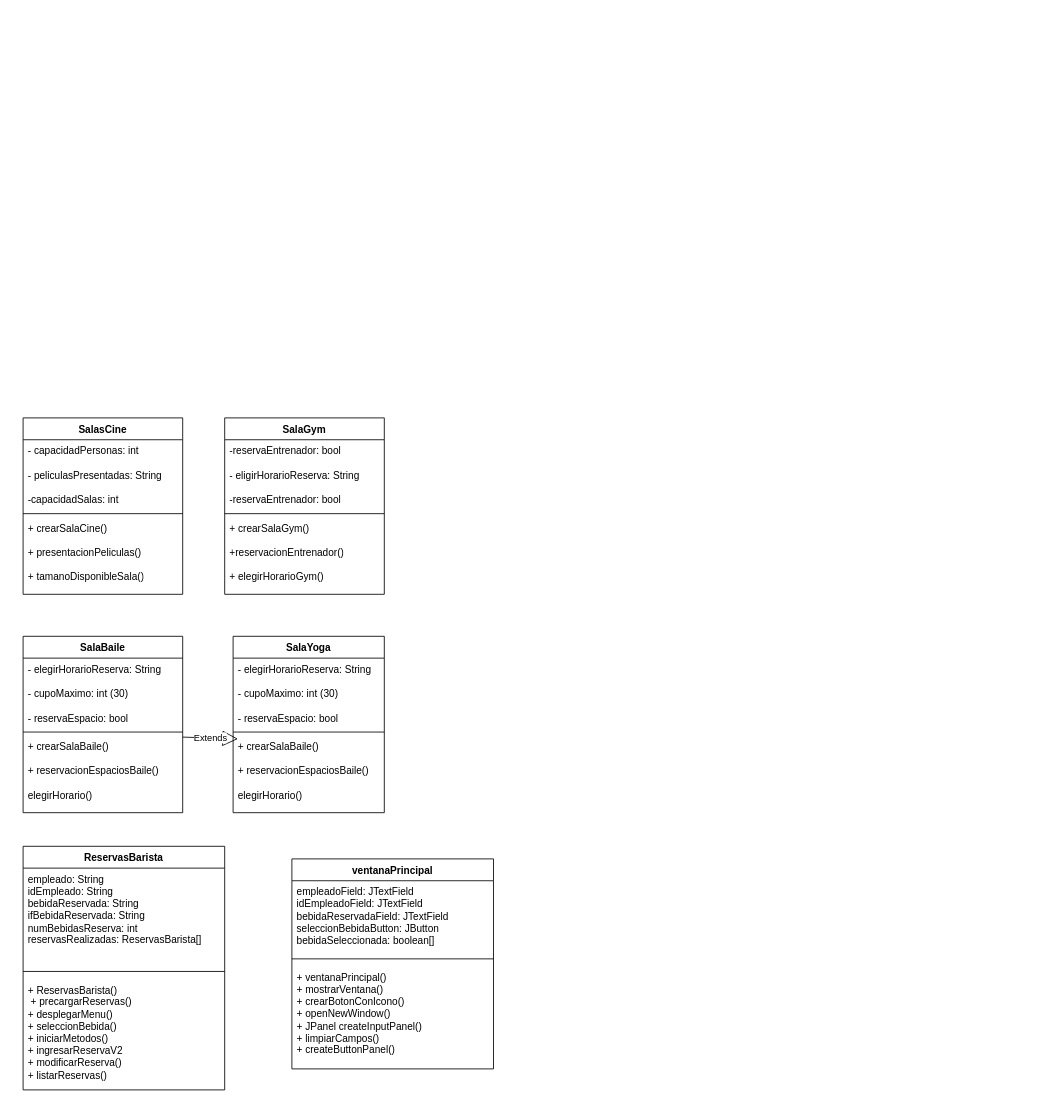
The draw.io diagram SistemaReservasJava.drawio in handelenriquezacuna/javaSistemaReserva, before the edit. Source tidied: cells renumbered, new cells numbered last; positions are measured from the earlier drawing's top-left corner, leaving out a move shared by most shapes. Both pictures are drawn from the tidied source at 84%, with x=0, y=0 at pixel (23, 417).
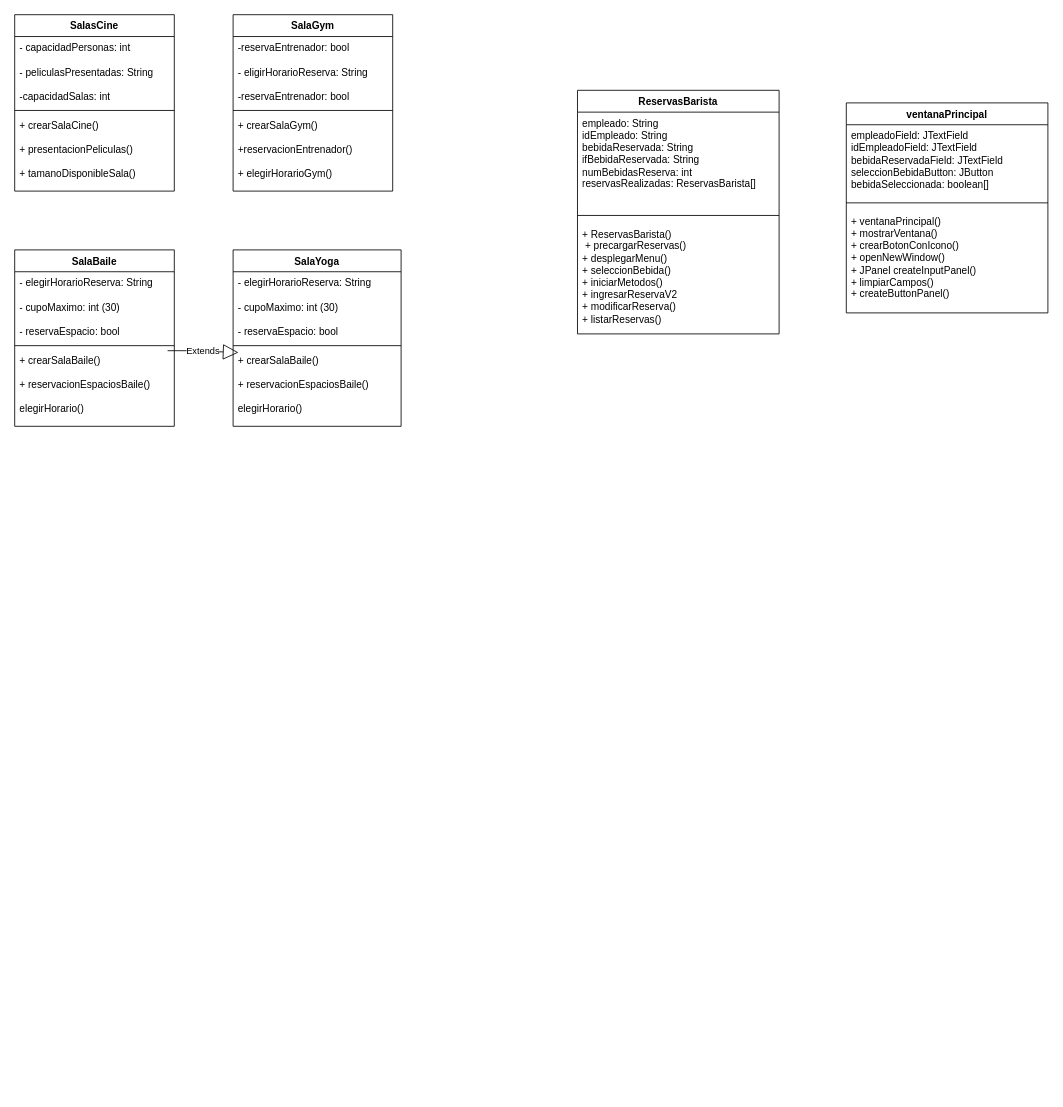
The same diagram, later.

The change refers to these unchanged cells:
```xml
<mxCell id="13" value="+ crearSalaBaile()&lt;div&gt;&lt;br&gt;&lt;/div&gt;&lt;div&gt;+ reservacionEspaciosBaile()&lt;/div&gt;&lt;div&gt;&lt;br&gt;&lt;/div&gt;&lt;div&gt;elegirHorario()&lt;/div&gt;" style="text;strokeColor=none;fillColor=none;align=left;verticalAlign=top;spacingLeft=4;spacingRight=4;overflow=hidden;points=[[0,0.5],[1,0.5]];portConstraint=eastwest;whiteSpace=wrap;html=1;" parent="10" vertex="1">
  <mxGeometry y="118" width="190" height="92" as="geometry" />
</mxCell>
```

The edit, as a diff of the source:
```diff
@@
     <mxCell id="2" value="SalasCine&lt;div&gt;&lt;br&gt;&lt;/div&gt;" style="swimlane;fontStyle=1;align=center;verticalAlign=top;horizontal=1;startSize=26;whiteSpace=wrap;html=1;" parent="1" vertex="1">
-      <mxGeometry width="190" height="210" as="geometry" />
+      <mxGeometry x="-10" y="-480" width="190" height="210" as="geometry" />
     </mxCell>
@@
     <mxCell id="6" value="SalaGym" style="swimlane;fontStyle=1;align=center;verticalAlign=top;horizontal=1;startSize=26;whiteSpace=wrap;html=1;" parent="1" vertex="1">
-      <mxGeometry x="240" width="190" height="210" as="geometry" />
+      <mxGeometry x="250" y="-480" width="190" height="210" as="geometry" />
     </mxCell>
@@
     <mxCell id="10" value="SalaBaile" style="swimlane;fontStyle=1;align=center;verticalAlign=top;horizontal=1;startSize=26;whiteSpace=wrap;html=1;" parent="1" vertex="1">
-      <mxGeometry y="260" width="190" height="210" as="geometry" />
+      <mxGeometry x="-10" y="-200" width="190" height="210" as="geometry" />
     </mxCell>
@@
     <mxCell id="14" value="SalaYoga&lt;div&gt;&lt;br&gt;&lt;/div&gt;" style="swimlane;fontStyle=1;align=center;verticalAlign=top;horizontal=1;startSize=26;whiteSpace=wrap;html=1;" parent="1" vertex="1">
-      <mxGeometry x="250" y="260" width="180" height="210" as="geometry" />
+      <mxGeometry x="250" y="-200" width="200" height="210" as="geometry" />
     </mxCell>
     <mxCell id="15" value="- elegirHorarioReserva: String&lt;div&gt;&lt;br&gt;&lt;/div&gt;&lt;div&gt;- cupoMaximo: int (30)&lt;/div&gt;&lt;div&gt;&lt;br&gt;&lt;/div&gt;&lt;div&gt;- reservaEspacio: bool&lt;/div&gt;" style="text;strokeColor=none;fillColor=none;align=left;verticalAlign=top;spacingLeft=4;spacingRight=4;overflow=hidden;whiteSpace=wrap;html=1;" parent="14" vertex="1">
-      <mxGeometry y="26" width="180" height="84" as="geometry" />
+      <mxGeometry y="26" width="200" height="84" as="geometry" />
     </mxCell>
     <mxCell id="16" style="line;strokeWidth=1;fillColor=none;align=left;verticalAlign=middle;spacingTop=-1;spacingLeft=3;spacingRight=3;labelPosition=right;strokeColor=inherit;" parent="14" vertex="1">
-      <mxGeometry y="110" width="180" height="8" as="geometry" />
+      <mxGeometry y="110" width="200" height="8" as="geometry" />
     </mxCell>
     <mxCell id="17" value="+ crearSalaBaile()&lt;div&gt;&lt;br&gt;&lt;/div&gt;&lt;div&gt;+ reservacionEspaciosBaile()&lt;/div&gt;&lt;div&gt;&lt;br&gt;&lt;/div&gt;&lt;div&gt;elegirHorario()&lt;/div&gt;" style="text;strokeColor=none;fillColor=none;align=left;verticalAlign=top;spacingLeft=4;spacingRight=4;overflow=hidden;points=[[0,0.5],[1,0.5]];portConstraint=eastwest;whiteSpace=wrap;html=1;" parent="14" vertex="1">
-      <mxGeometry y="118" width="180" height="92" as="geometry" />
+      <mxGeometry y="118" width="200" height="92" as="geometry" />
     </mxCell>
     <mxCell id="18" value="ReservasBarista&lt;div&gt;&lt;br&gt;&lt;/div&gt;" style="swimlane;fontStyle=1;align=center;verticalAlign=top;horizontal=1;startSize=26;whiteSpace=wrap;html=1;" parent="1" vertex="1">
-      <mxGeometry y="510" width="240" height="290" as="geometry" />
+      <mxGeometry x="660" y="-390" width="240" height="290" as="geometry" />
     </mxCell>
@@
-    <mxCell id="22" value="Extends" style="endArrow=block;endSize=16;endFill=0;html=1;rounded=0;entryX=0.032;entryY=0.045;entryDx=0;entryDy=0;entryPerimeter=0;" parent="1" edge="1" target="17">
+    <mxCell id="22" value="Extends" style="endArrow=block;endSize=16;endFill=0;html=1;rounded=0;entryX=0.032;entryY=0.045;entryDx=0;entryDy=0;entryPerimeter=0;exitX=0.958;exitY=0.022;exitDx=0;exitDy=0;exitPerimeter=0;" parent="1" edge="1" source="13" target="17">
       <mxGeometry relative="1" as="geometry">
-        <mxPoint x="190" y="380" as="sourcePoint" />
+        <Array as="points">
+          <mxPoint x="200" y="-80" />
+        </Array>
       </mxGeometry>
     </mxCell>
     <mxCell id="23" value="&lt;div&gt;ventanaPrincipal&lt;/div&gt;" style="swimlane;fontStyle=1;align=center;verticalAlign=top;horizontal=1;startSize=26;whiteSpace=wrap;html=1;" parent="1" vertex="1">
-      <mxGeometry x="320" y="525" width="240" height="250" as="geometry" />
+      <mxGeometry x="980" y="-375" width="240" height="250" as="geometry" />
     </mxCell>
```
